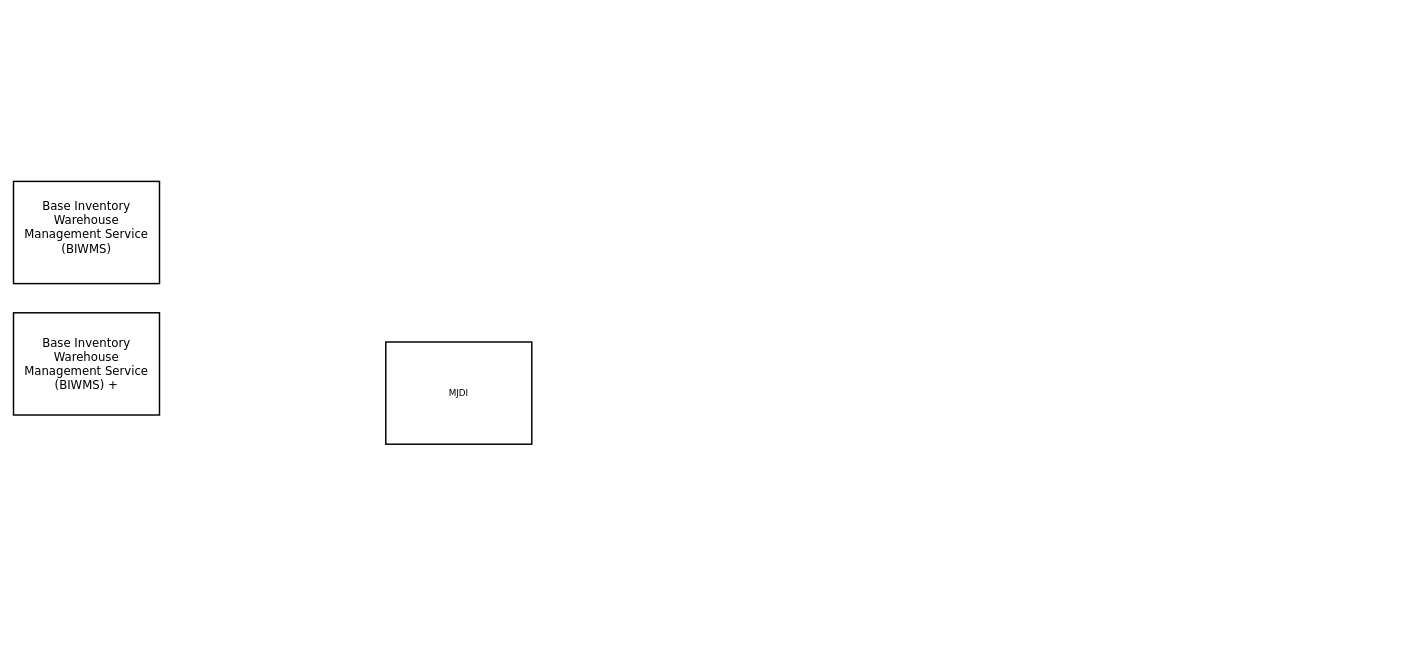
Earlier version of the draw.io diagram BMFS End to End.drawio (BabuGumpu/OpenBanking). Source tidied: cells renumbered, new cells numbered last; positions are measured from the earlier drawing's top-left corner, leaving out a move shared by most shapes. Both pictures are drawn from the tidied source at 73%, with x=0, y=0 at pixel (13, 181).
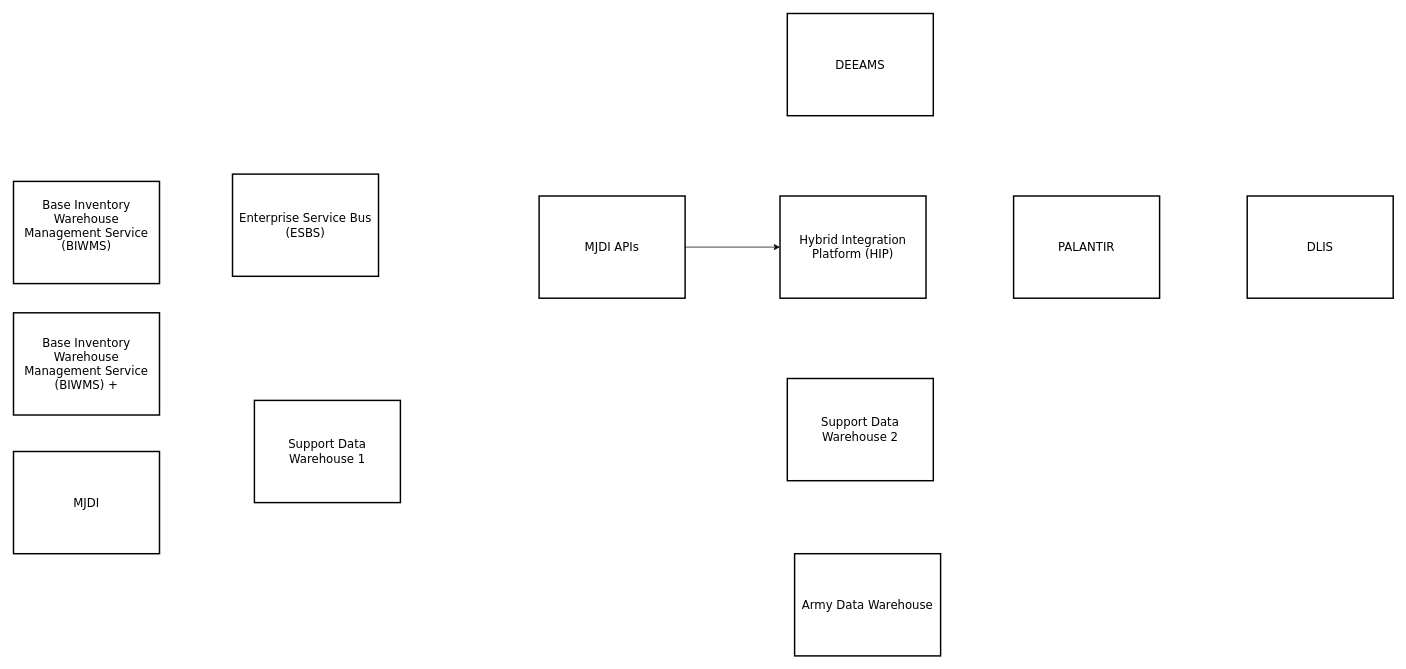
The same page after the edit.

What changed in the source:
```diff
@@
 <mxGraphModel>
   <root>
     <mxCell id="0" />
     <mxCell id="1" parent="0" />
-    <mxCell id="2" value="&#10;&lt;span style=&quot;color: rgb(0, 0, 0); font-size: medium; font-style: normal; font-variant-ligatures: normal; font-variant-caps: normal; font-weight: 400; letter-spacing: normal; orphans: 2; text-align: start; text-indent: 0px; text-transform: none; widows: 2; word-spacing: 0px; -webkit-text-stroke-width: 0px; white-space: normal; text-decoration-thickness: initial; text-decoration-style: initial; text-decoration-color: initial; float: none; display: inline !important;&quot;&gt;Base Inventory Warehouse Management Service (BIWMS)&lt;/span&gt;&#10;&#10;" style="rounded=0;whiteSpace=wrap;html=1;strokeWidth=2;fontFamily=Verdana;" parent="1" vertex="1">
+    <mxCell id="2" value="&#10;&lt;span style=&quot;color: rgb(0, 0, 0); font-style: normal; font-variant-ligatures: normal; font-variant-caps: normal; font-weight: 400; letter-spacing: normal; orphans: 2; text-align: start; text-indent: 0px; text-transform: none; widows: 2; word-spacing: 0px; -webkit-text-stroke-width: 0px; white-space: normal; text-decoration-thickness: initial; text-decoration-style: initial; text-decoration-color: initial; float: none; display: inline !important;&quot;&gt;Base Inventory Warehouse Management Service (BIWMS)&lt;/span&gt;&#10;&#10;" style="rounded=0;whiteSpace=wrap;html=1;strokeWidth=2;fontFamily=Verdana;fontSize=16;" parent="1" vertex="1">
       <mxGeometry width="200" height="140" as="geometry" />
     </mxCell>
-    <mxCell id="3" value="&lt;br&gt;&lt;span style=&quot;color: rgb(0, 0, 0); font-size: medium; font-style: normal; font-variant-ligatures: normal; font-variant-caps: normal; font-weight: 400; letter-spacing: normal; orphans: 2; text-align: start; text-indent: 0px; text-transform: none; widows: 2; word-spacing: 0px; -webkit-text-stroke-width: 0px; white-space: normal; text-decoration-thickness: initial; text-decoration-style: initial; text-decoration-color: initial; float: none; display: inline !important;&quot;&gt;Base Inventory Warehouse Management Service (BIWMS) +&lt;/span&gt;&lt;div&gt;&lt;br/&gt;&lt;/div&gt;" style="rounded=0;whiteSpace=wrap;html=1;strokeWidth=2;fontFamily=Verdana;" parent="1" vertex="1">
+    <mxCell id="3" value="&lt;br&gt;&lt;span style=&quot;color: rgb(0, 0, 0); font-style: normal; font-variant-ligatures: normal; font-variant-caps: normal; font-weight: 400; letter-spacing: normal; orphans: 2; text-align: start; text-indent: 0px; text-transform: none; widows: 2; word-spacing: 0px; -webkit-text-stroke-width: 0px; white-space: normal; text-decoration-thickness: initial; text-decoration-style: initial; text-decoration-color: initial; float: none; display: inline !important;&quot;&gt;Base Inventory Warehouse Management Service (BIWMS) +&lt;/span&gt;&lt;div&gt;&lt;br&gt;&lt;/div&gt;" style="rounded=0;whiteSpace=wrap;html=1;strokeWidth=2;fontFamily=Verdana;fontSize=16;" parent="1" vertex="1">
       <mxGeometry y="180" width="200" height="140" as="geometry" />
     </mxCell>
-    <mxCell id="4" value="MJDI" style="rounded=0;whiteSpace=wrap;html=1;strokeWidth=2;fontFamily=Verdana;" parent="1" vertex="1">
-      <mxGeometry x="510" y="220" width="200" height="140" as="geometry" />
+    <mxCell id="4" value="MJDI" style="rounded=0;whiteSpace=wrap;html=1;strokeWidth=2;fontFamily=Verdana;fontSize=16;" parent="1" vertex="1">
+      <mxGeometry y="370" width="200" height="140" as="geometry" />
     </mxCell>
+    <mxCell id="5" value="Hybrid Integration Platform (HIP)" style="rounded=0;whiteSpace=wrap;html=1;strokeWidth=2;fontFamily=Verdana;fontSize=16;" parent="1" vertex="1">
+      <mxGeometry x="1050" y="20" width="200" height="140" as="geometry" />
+    </mxCell>
+    <mxCell id="6" value="Enterprise Service Bus (ESBS)" style="rounded=0;whiteSpace=wrap;html=1;strokeWidth=2;fontFamily=Verdana;fontSize=16;" parent="1" vertex="1">
+      <mxGeometry x="300" y="-10" width="200" height="140" as="geometry" />
+    </mxCell>
+    <mxCell id="7" value="Support Data Warehouse 1" style="rounded=0;whiteSpace=wrap;html=1;strokeWidth=2;fontFamily=Verdana;fontSize=16;" parent="1" vertex="1">
+      <mxGeometry x="330" y="300" width="200" height="140" as="geometry" />
+    </mxCell>
+    <mxCell id="8" value="Support Data Warehouse 2" style="rounded=0;whiteSpace=wrap;html=1;strokeWidth=2;fontFamily=Verdana;fontSize=16;" parent="1" vertex="1">
+      <mxGeometry x="1060" y="270" width="200" height="140" as="geometry" />
+    </mxCell>
+    <mxCell id="9" value="Army Data Warehouse" style="rounded=0;whiteSpace=wrap;html=1;strokeWidth=2;fontFamily=Verdana;fontSize=16;" parent="1" vertex="1">
+      <mxGeometry x="1070" y="510" width="200" height="140" as="geometry" />
+    </mxCell>
+    <mxCell id="10" value="DEEAMS" style="rounded=0;whiteSpace=wrap;html=1;strokeWidth=2;fontFamily=Verdana;fontSize=16;" parent="1" vertex="1">
+      <mxGeometry x="1060" y="-230" width="200" height="140" as="geometry" />
+    </mxCell>
+    <mxCell id="11" value="DLIS" style="rounded=0;whiteSpace=wrap;html=1;strokeWidth=2;fontFamily=Verdana;fontSize=16;" parent="1" vertex="1">
+      <mxGeometry x="1690" y="20" width="200" height="140" as="geometry" />
+    </mxCell>
+    <mxCell id="12" value="PALANTIR" style="rounded=0;whiteSpace=wrap;html=1;strokeWidth=2;fontFamily=Verdana;fontSize=16;" parent="1" vertex="1">
+      <mxGeometry x="1370" y="20" width="200" height="140" as="geometry" />
+    </mxCell>
+    <mxCell id="13" style="edgeStyle=orthogonalEdgeStyle;rounded=0;jettySize=auto;html=1;" parent="1" edge="1" source="14" target="5">
+      <mxGeometry relative="1" as="geometry" />
+    </mxCell>
+    <mxCell id="14" value="MJDI APIs" style="rounded=0;whiteSpace=wrap;html=1;strokeWidth=2;fontFamily=Verdana;fontSize=16;" parent="1" vertex="1">
+      <mxGeometry x="720" y="20" width="200" height="140" as="geometry" />
+    </mxCell>
   </root>
 </mxGraphModel>
```
